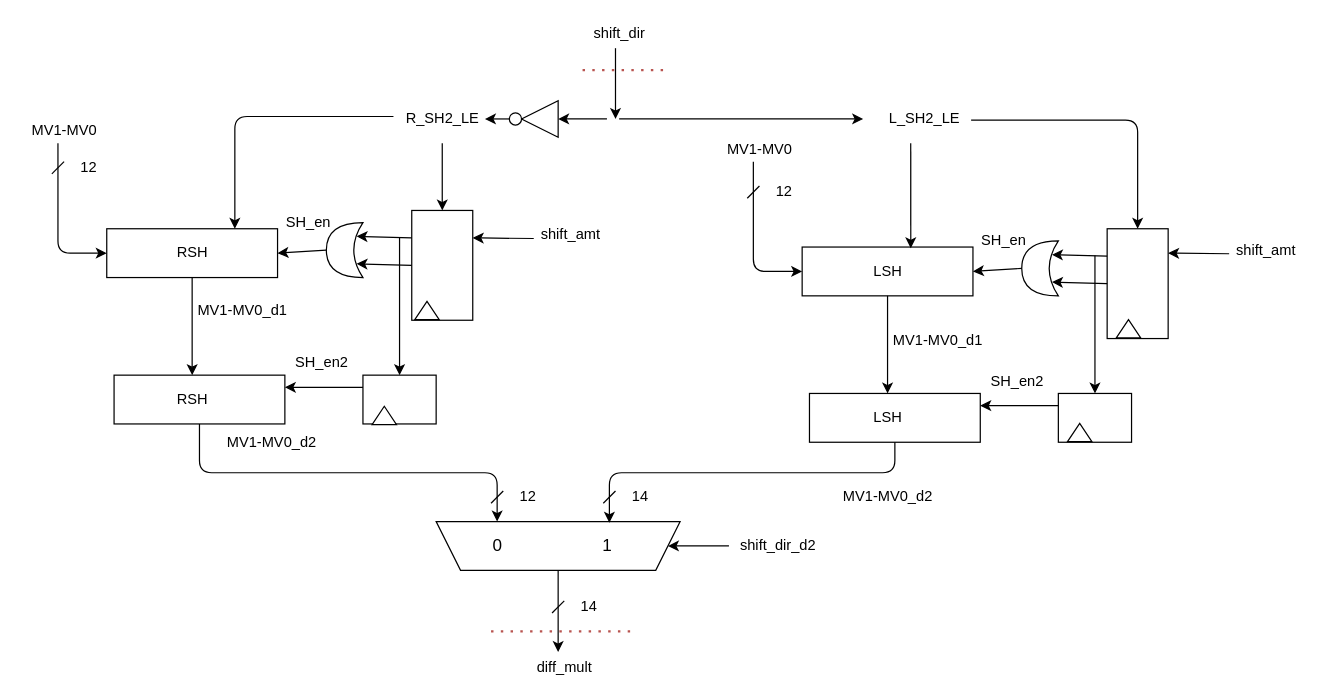
Earlier version of the draw.io diagram page "LR_SH2" (4 of 9) of AME-block_diagram.drawio (CostantinoTaranto/AME_Block-Diagram). Source tidied: cells renumbered, new cells numbered last; positions are measured from the earlier drawing's top-left corner, leaving out a move shared by most shapes. Both pictures are drawn from the tidied source at 122%, with x=0, y=0 at pixel (21, 21).
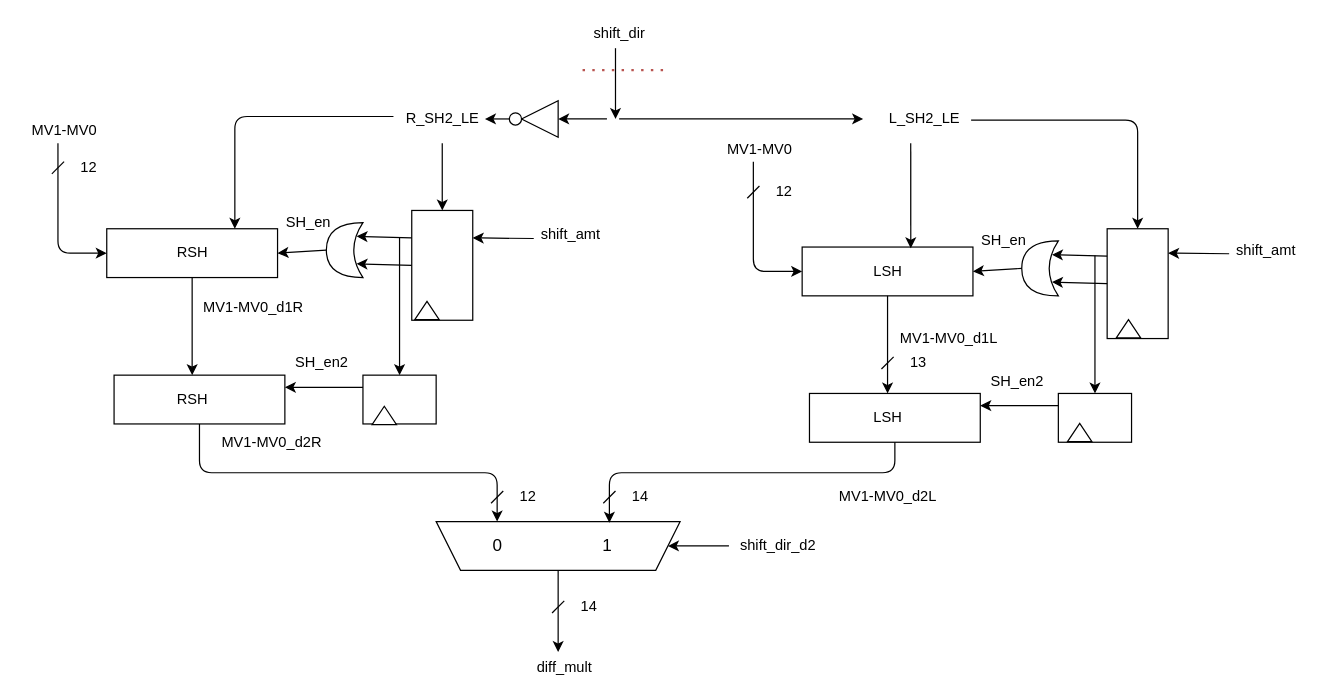
The same diagram, later.

What changed in the source:
```diff
@@
-    <mxCell id="76" value="MV1-MV0_d1" style="text;html=1;align=center;verticalAlign=middle;" parent="1" vertex="1">
-      <mxGeometry x="136" y="227" width="90" height="20" as="geometry" />
+    <mxCell id="76" value="MV1-MV0_d1R" style="text;html=1;align=center;verticalAlign=middle;" parent="1" vertex="1">
+      <mxGeometry x="140" y="225" width="100" height="20" as="geometry" />
     </mxCell>
-    <mxCell id="77" value="MV1-MV0_d2" style="text;html=1;align=center;verticalAlign=middle;" parent="1" vertex="1">
-      <mxGeometry x="160" y="335" width="90" height="20" as="geometry" />
+    <mxCell id="77" value="MV1-MV0_d2R" style="text;html=1;align=center;verticalAlign=middle;" parent="1" vertex="1">
+      <mxGeometry x="155" y="335" width="100" height="20" as="geometry" />
     </mxCell>
-    <mxCell id="78" value="MV1-MV0_d1" style="text;html=1;align=center;verticalAlign=middle;" parent="1" vertex="1">
-      <mxGeometry x="706" y="252" width="90" height="20" as="geometry" />
+    <mxCell id="78" value="MV1-MV0_d1L" style="text;html=1;align=center;verticalAlign=middle;" parent="1" vertex="1">
+      <mxGeometry x="710" y="250" width="100" height="20" as="geometry" />
     </mxCell>
-    <mxCell id="79" value="MV1-MV0_d2" style="text;html=1;align=center;verticalAlign=middle;" parent="1" vertex="1">
-      <mxGeometry x="665" y="380" width="90" height="20" as="geometry" />
+    <mxCell id="79" value="MV1-MV0_d2L" style="text;html=1;align=center;verticalAlign=middle;" parent="1" vertex="1">
+      <mxGeometry x="660" y="380" width="100" height="20" as="geometry" />
     </mxCell>
-    <mxCell id="80" style="endArrow=none;dashed=1;html=1;dashPattern=1 3;strokeWidth=2;fillColor=#f8cecc;strokeColor=#b85450;" parent="1" edge="1">
-      <mxGeometry relative="1" as="geometry">
-        <mxPoint x="385" y="500" as="sourcePoint" />
-        <mxPoint x="500" y="500" as="targetPoint" />
-      </mxGeometry>
-    </mxCell>
@@
+    <mxCell id="82" style="endArrow=none;html=1;" parent="1" edge="1">
+      <mxGeometry relative="1" as="geometry">
+        <mxPoint x="705" y="285" as="sourcePoint" />
+        <mxPoint x="715" y="275" as="targetPoint" />
+      </mxGeometry>
+    </mxCell>
+    <mxCell id="83" value="13" style="text;html=1;align=center;verticalAlign=middle;" parent="1" vertex="1">
+      <mxGeometry x="720" y="270" width="30" height="20" as="geometry" />
+    </mxCell>
```
